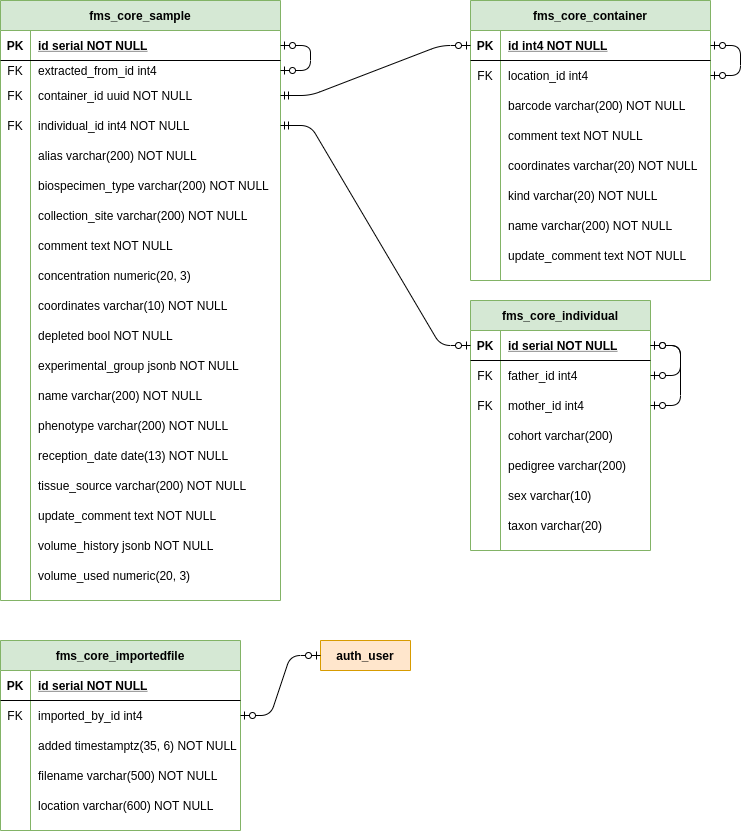
This is docs/fms_database_diagram.png from c3g/freezeman, a draw.io export, as it was before one commit. Source tidied: cells renumbered, new cells last; positions are measured from the earlier drawing's top-left corner, leaving out a move shared by most shapes.
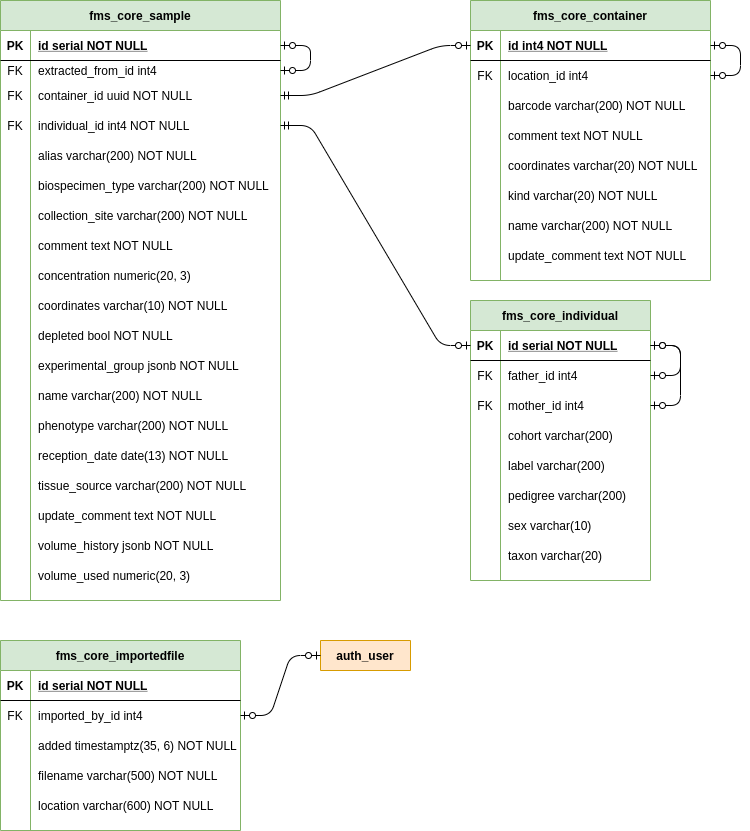
The same diagram one commit later.

Commit message:
Corrected fms diagram. Added missing label field to individual.

Diff of the diagram source:
```diff
@@ -180,7 +180,7 @@
       <mxGeometry relative="1" as="geometry" />
     </mxCell>
     <mxCell id="61" value="fms_core_individual" style="shape=table;startSize=30;rowLines=0;fontStyle=1;align=center;fillColor=#d5e8d4;strokeColor=#82b366;" parent="1" vertex="1">
-      <mxGeometry x="470" y="300" width="180" height="250" as="geometry" />
+      <mxGeometry x="470" y="300" width="180" height="280" as="geometry" />
     </mxCell>
     <mxCell id="62" style="shape=partialRectangle;fillColor=none;top=0;left=0;bottom=1;right=0;points=[[0,0.5],[1,0.5]];portConstraint=eastwest;" parent="61" vertex="1">
       <mxGeometry y="30" width="180" height="30" as="geometry" />
@@ -218,8 +218,17 @@
     <mxCell id="73" value="cohort varchar(200)" style="shape=partialRectangle;fillColor=none;top=0;left=0;bottom=0;right=0;align=left;spacingLeft=6;overflow=hidden;" parent="71" vertex="1">
       <mxGeometry x="30" width="150" height="30" as="geometry" />
     </mxCell>
+    <mxCell id="130" style="shape=partialRectangle;fillColor=none;top=0;left=0;bottom=0;right=0;" parent="61" vertex="1">
+      <mxGeometry y="150" width="180" height="30" as="geometry" />
+    </mxCell>
+    <mxCell id="131" style="shape=partialRectangle;fillColor=none;top=0;left=0;bottom=0;right=0;overflow=hidden;" parent="130" vertex="1">
+      <mxGeometry width="30" height="30" as="geometry" />
+    </mxCell>
+    <mxCell id="132" value="label varchar(200)" style="shape=partialRectangle;fillColor=none;top=0;left=0;bottom=0;right=0;align=left;spacingLeft=6;overflow=hidden;" parent="130" vertex="1">
+      <mxGeometry x="30" width="150" height="30" as="geometry" />
+    </mxCell>
     <mxCell id="74" style="shape=partialRectangle;fillColor=none;top=0;left=0;bottom=0;right=0;" parent="61" vertex="1">
-      <mxGeometry y="150" width="180" height="30" as="geometry" />
+      <mxGeometry y="180" width="180" height="30" as="geometry" />
     </mxCell>
     <mxCell id="75" style="shape=partialRectangle;fillColor=none;top=0;left=0;bottom=0;right=0;overflow=hidden;" parent="74" vertex="1">
       <mxGeometry width="30" height="30" as="geometry" />
@@ -228,7 +237,7 @@
       <mxGeometry x="30" width="150" height="30" as="geometry" />
     </mxCell>
     <mxCell id="77" style="shape=partialRectangle;fillColor=none;top=0;left=0;bottom=0;right=0;" parent="61" vertex="1">
-      <mxGeometry y="180" width="180" height="30" as="geometry" />
+      <mxGeometry y="210" width="180" height="30" as="geometry" />
     </mxCell>
     <mxCell id="78" style="shape=partialRectangle;fillColor=none;top=0;left=0;bottom=0;right=0;overflow=hidden;" parent="77" vertex="1">
       <mxGeometry width="30" height="30" as="geometry" />
@@ -237,7 +246,7 @@
       <mxGeometry x="30" width="150" height="30" as="geometry" />
     </mxCell>
     <mxCell id="80" style="shape=partialRectangle;fillColor=none;top=0;left=0;bottom=0;right=0;" parent="61" vertex="1">
-      <mxGeometry y="210" width="180" height="30" as="geometry" />
+      <mxGeometry y="240" width="180" height="30" as="geometry" />
     </mxCell>
     <mxCell id="81" style="shape=partialRectangle;fillColor=none;top=0;left=0;bottom=0;right=0;overflow=hidden;" parent="80" vertex="1">
       <mxGeometry width="30" height="30" as="geometry" />
```
